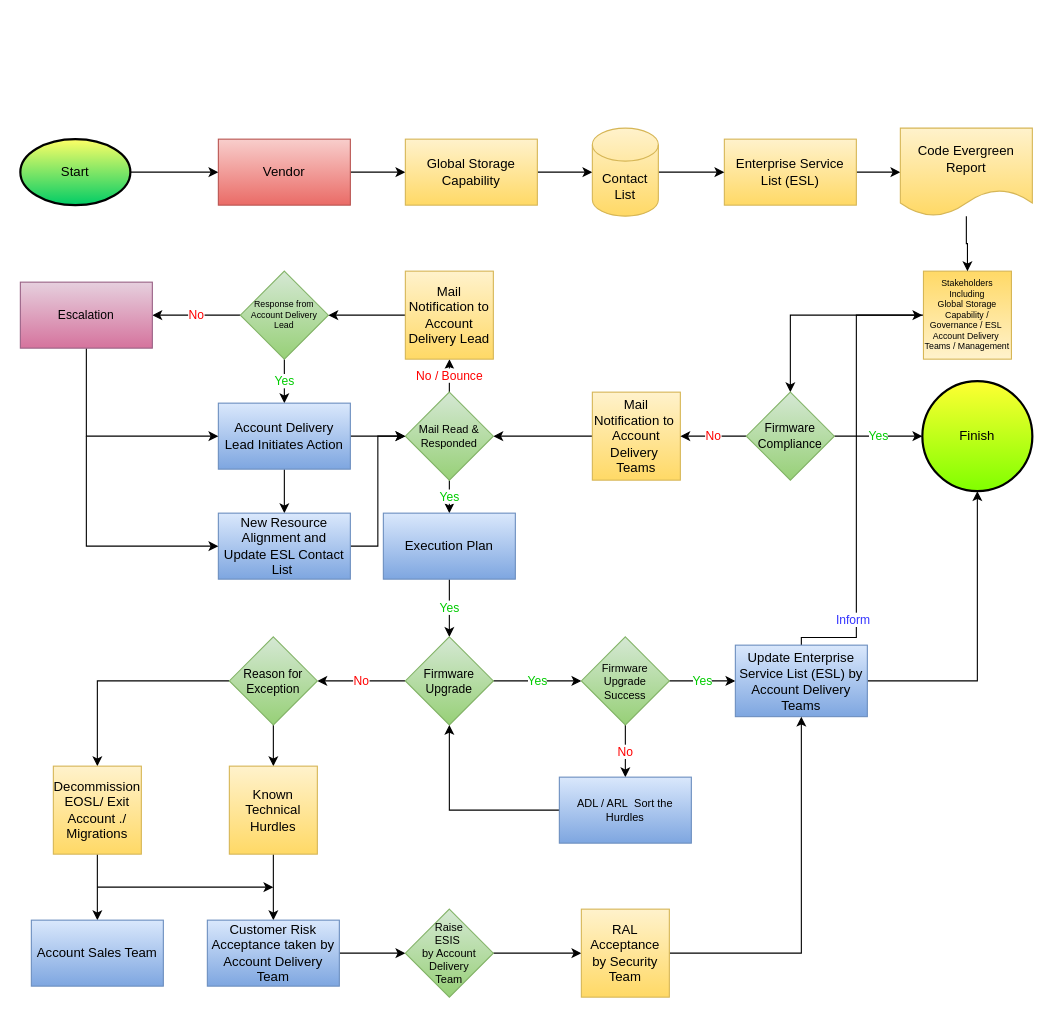
AnkurSingh-DXC/Flow-Chart keeps this draw.io diagram as Flow Chart Storage Governance.drawio. Above is the earlier version. Source tidied: cells renumbered, new cells numbered last; positions are measured from the earlier drawing's top-left corner, leaving out a move shared by most shapes. Both pictures are drawn from the tidied source at 110%, with x=0, y=0 at pixel (20, 128).
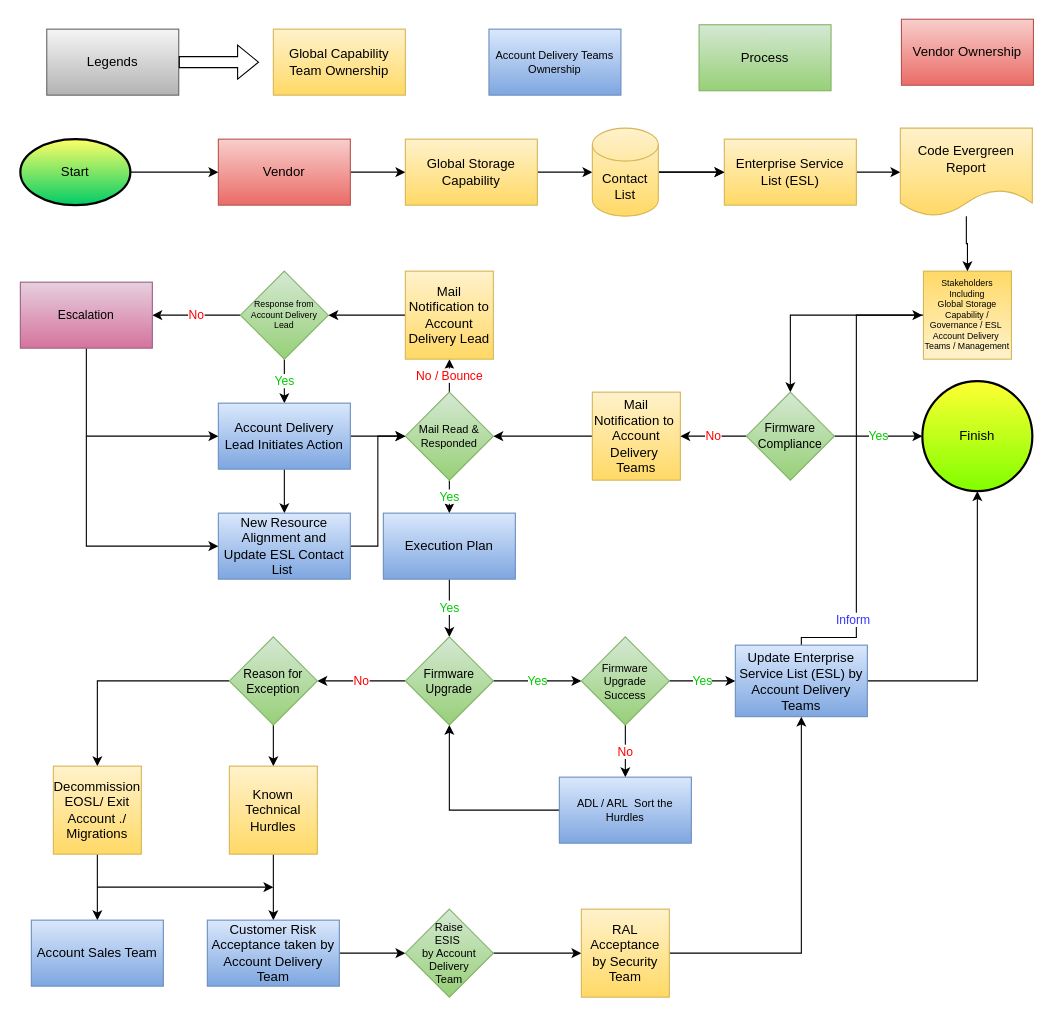
The same diagram, later.

Unchanged cells that the change refers to:
```xml
<mxCell id="63" value="Enterprise Service List (ESL)" style="rounded=0;whiteSpace=wrap;html=1;fillColor=#fff2cc;gradientColor=#ffd966;strokeColor=#d6b656;" parent="1" vertex="1">
  <mxGeometry x="640" y="10" width="120" height="60" as="geometry" />
</mxCell>
<mxCell id="65" value="Contact List" style="shape=cylinder3;whiteSpace=wrap;html=1;boundedLbl=1;backgroundOutline=1;size=15;fillColor=#fff2cc;gradientColor=#ffd966;strokeColor=#d6b656;" parent="1" vertex="1">
  <mxGeometry x="520" width="60" height="80" as="geometry" />
</mxCell>
```

Change to the diagram source:
```diff
@@
+    <mxCell id="67" style="edgeStyle=orthogonalEdgeStyle;rounded=0;jettySize=auto;html=1;" parent="1" edge="1" source="65" target="63">
+      <mxGeometry relative="1" as="geometry" />
+    </mxCell>
@@
+    <mxCell id="68" value="Global Capability Team Ownership" style="rounded=0;whiteSpace=wrap;html=1;fillColor=#fff2cc;gradientColor=#ffd966;strokeColor=#d6b656;" parent="1" vertex="1">
+      <mxGeometry x="230" y="-90" width="120" height="60" as="geometry" />
+    </mxCell>
+    <mxCell id="69" value="Account Delivery Teams Ownership" style="whiteSpace=wrap;html=1;fontSize=10;fillColor=#dae8fc;gradientColor=#7ea6e0;strokeColor=#6c8ebf;" parent="1" vertex="1">
+      <mxGeometry x="426" y="-90" width="120" height="60" as="geometry" />
+    </mxCell>
+    <mxCell id="70" value="Process" style="rounded=0;whiteSpace=wrap;html=1;fillColor=#d5e8d4;strokeColor=#82b366;gradientColor=#97d077;" parent="1" vertex="1">
+      <mxGeometry x="617" y="-94" width="120" height="60" as="geometry" />
+    </mxCell>
+    <mxCell id="71" value="Vendor Ownership" style="rounded=0;whiteSpace=wrap;html=1;fillColor=#f8cecc;gradientColor=#ea6b66;strokeColor=#b85450;" parent="1" vertex="1">
+      <mxGeometry x="801" y="-99" width="120" height="60" as="geometry" />
+    </mxCell>
+    <mxCell id="72" value="Legends" style="rounded=0;whiteSpace=wrap;html=1;fillColor=#f5f5f5;gradientColor=#b3b3b3;strokeColor=#666666;" parent="1" vertex="1">
+      <mxGeometry x="24" y="-90" width="120" height="60" as="geometry" />
+    </mxCell>
+    <mxCell id="73" style="shape=flexArrow;endArrow=classic;html=1;rounded=0;exitX=1;exitY=0.5;exitDx=0;exitDy=0;" parent="1" edge="1">
+      <mxGeometry relative="1" as="geometry">
+        <mxPoint x="144" y="-60" as="sourcePoint" />
+        <mxPoint x="217" y="-60" as="targetPoint" />
+      </mxGeometry>
+    </mxCell>
```
